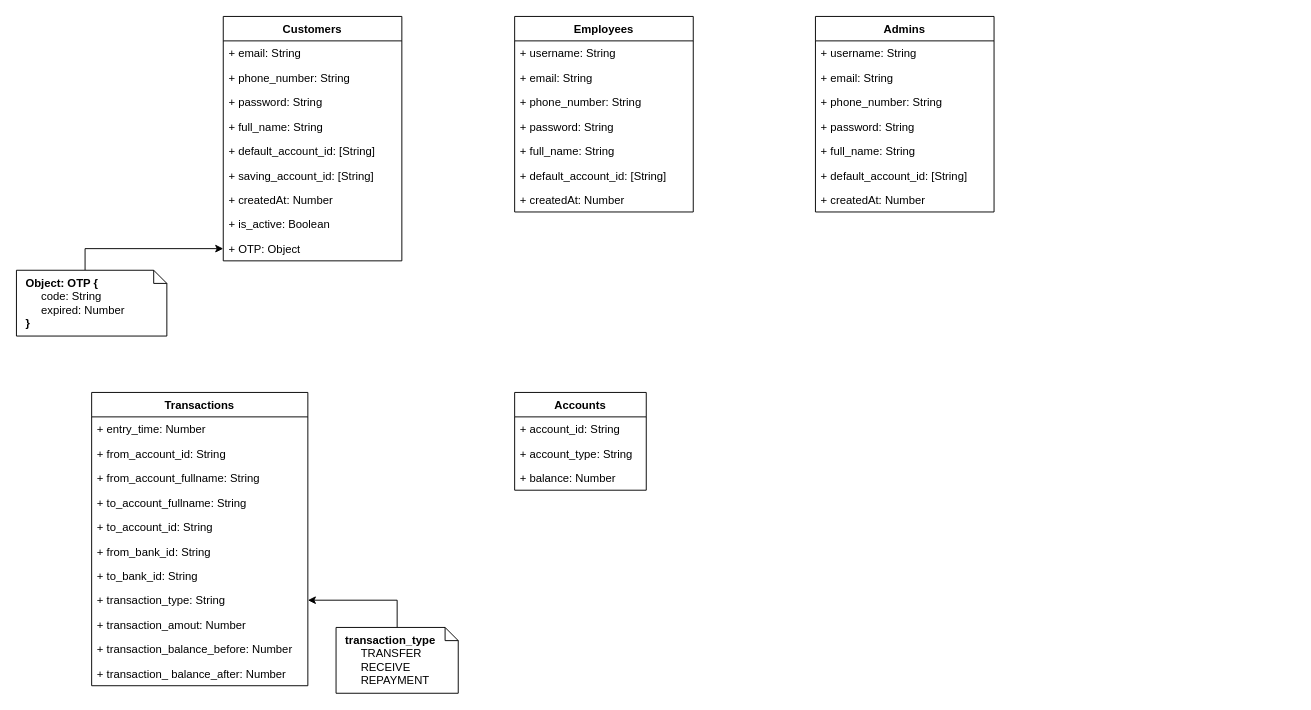
Above: 03_Design/01_Data/InternetBanking.drawio in imdotnhsang/AWAD_NNDK_08 (draw.io), before the change. Source tidied: cells renumbered, new cells numbered last; positions are measured from the earlier drawing's top-left corner, leaving out a move shared by most shapes. Both pictures are drawn from the tidied source at 94%, with x=0, y=0 at pixel (16, 16).
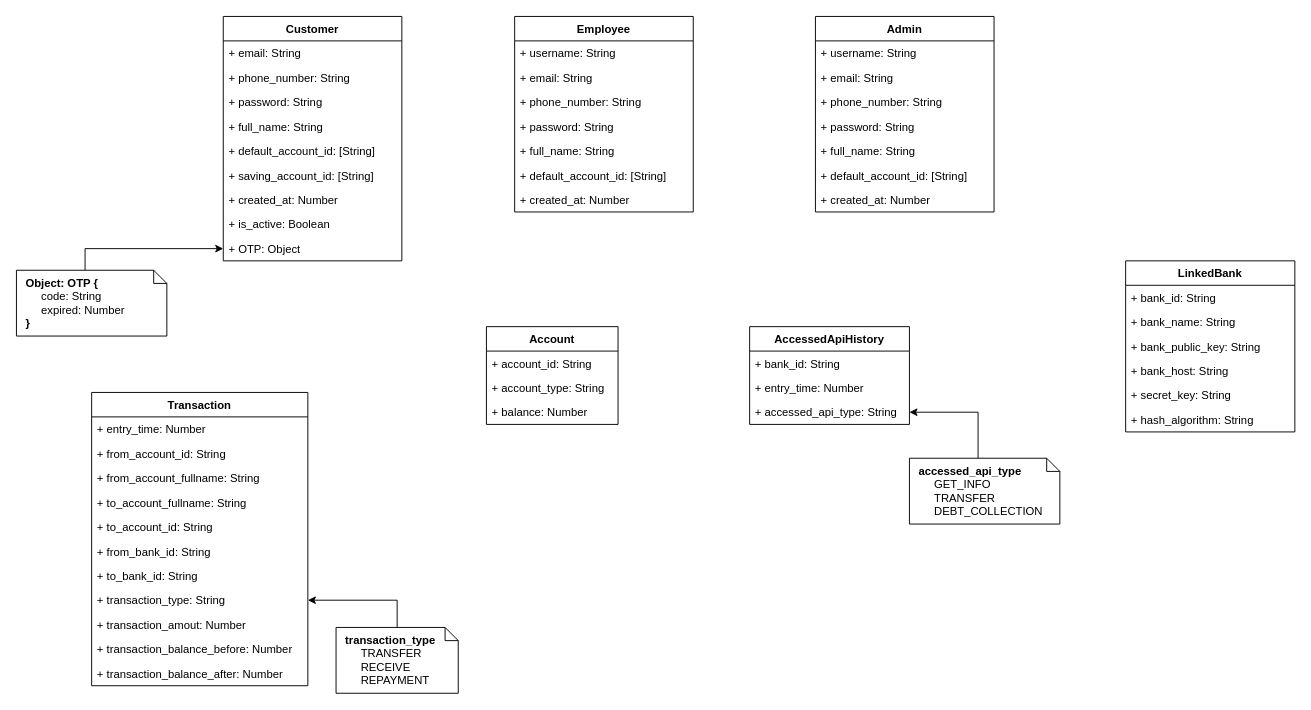
Above is the later version.

Unchanged cells that the change refers to:
```xml
<mxCell id="11" value="+ OTP: Object" style="text;strokeColor=none;fillColor=none;align=left;verticalAlign=top;spacingLeft=4;spacingRight=4;overflow=hidden;points=[[0,0.5],[1,0.5]];portConstraint=eastwest;" parent="2" vertex="1">
  <mxGeometry y="234" width="190" height="26" as="geometry" />
</mxCell>
<mxCell id="24" value="+ transaction_type: String" style="text;strokeColor=none;fillColor=none;align=left;verticalAlign=top;spacingLeft=4;spacingRight=4;overflow=hidden;points=[[0,0.5],[1,0.5]];portConstraint=eastwest;" parent="16" vertex="1">
  <mxGeometry y="208" width="230" height="26" as="geometry" />
</mxCell>
```

Change to the diagram source:
```diff
@@
+    <mxCell id="12" style="edgeStyle=orthogonalEdgeStyle;rounded=0;jettySize=auto;html=1;" parent="1" edge="1" source="13" target="24">
+      <mxGeometry relative="1" as="geometry" />
+    </mxCell>
+    <mxCell id="13" value="&lt;b&gt;transaction_type&lt;br&gt;&lt;/b&gt;&lt;span&gt;&amp;nbsp; &amp;nbsp; &amp;nbsp;TRANSFER&lt;br&gt;&lt;/span&gt;&lt;span&gt;&amp;nbsp; &amp;nbsp; &amp;nbsp;RECEIVE&lt;br&gt;&lt;/span&gt;&lt;b&gt;&amp;nbsp; &amp;nbsp; &lt;/b&gt;&amp;nbsp;REPAYMENT" style="shape=note;whiteSpace=wrap;html=1;size=14;verticalAlign=middle;align=left;spacingTop=0;spacing=10;" parent="1" vertex="1">
+      <mxGeometry x="340" y="650" width="130" height="70" as="geometry" />
+    </mxCell>
+    <mxCell id="14" style="edgeStyle=orthogonalEdgeStyle;rounded=0;jettySize=auto;html=1;exitX=0;exitY=0;exitDx=73;exitDy=0;exitPerimeter=0;" parent="1" edge="1" source="15" target="11">
+      <mxGeometry relative="1" as="geometry" />
+    </mxCell>
+    <mxCell id="15" value="&lt;b&gt;Object: OTP {&lt;/b&gt;&lt;br&gt;&amp;nbsp; &amp;nbsp; &amp;nbsp;code: String&lt;br&gt;&amp;nbsp; &amp;nbsp; &amp;nbsp;expired: Number&lt;br&gt;&lt;b&gt;}&lt;/b&gt;" style="shape=note;whiteSpace=wrap;html=1;size=14;verticalAlign=middle;align=left;spacingTop=0;spacing=10;" parent="1" vertex="1">
+      <mxGeometry y="270" width="160" height="70" as="geometry" />
+    </mxCell>
-    <mxCell id="2" value="Customers" style="swimlane;fontStyle=1;horizontal=1;startSize=26;fillColor=none;" parent="1" vertex="1">
+    <mxCell id="2" value="Customer" style="swimlane;fontStyle=1;horizontal=1;startSize=26;fillColor=none;" parent="1" vertex="1">
       <mxGeometry x="220" width="190" height="260" as="geometry" />
     </mxCell>
@@
-    <mxCell id="9" value="+ createdAt: Number" style="text;strokeColor=none;fillColor=none;align=left;verticalAlign=top;spacingLeft=4;spacingRight=4;overflow=hidden;" parent="2" vertex="1">
+    <mxCell id="9" value="+ created_at: Number" style="text;strokeColor=none;fillColor=none;align=left;verticalAlign=top;spacingLeft=4;spacingRight=4;overflow=hidden;" parent="2" vertex="1">
       <mxGeometry y="182" width="190" height="26" as="geometry" />
     </mxCell>
@@
-    <mxCell id="12" style="edgeStyle=orthogonalEdgeStyle;rounded=0;jettySize=auto;html=1;" parent="1" edge="1" source="13" target="24">
-      <mxGeometry relative="1" as="geometry" />
-    </mxCell>
-    <mxCell id="13" value="&lt;b&gt;transaction_type&lt;br&gt;&lt;/b&gt;&lt;span&gt;&amp;nbsp; &amp;nbsp; &amp;nbsp;TRANSFER&lt;br&gt;&lt;/span&gt;&lt;span&gt;&amp;nbsp; &amp;nbsp; &amp;nbsp;RECEIVE&lt;br&gt;&lt;/span&gt;&lt;b&gt;&amp;nbsp; &amp;nbsp; &lt;/b&gt;&amp;nbsp;REPAYMENT" style="shape=note;whiteSpace=wrap;html=1;size=14;verticalAlign=middle;align=left;spacingTop=0;spacing=10;" parent="1" vertex="1">
-      <mxGeometry x="340" y="650" width="130" height="70" as="geometry" />
-    </mxCell>
-    <mxCell id="14" style="edgeStyle=orthogonalEdgeStyle;rounded=0;jettySize=auto;html=1;exitX=0;exitY=0;exitDx=73;exitDy=0;exitPerimeter=0;" parent="1" edge="1" source="15" target="11">
-      <mxGeometry relative="1" as="geometry" />
-    </mxCell>
-    <mxCell id="15" value="&lt;b&gt;Object: OTP {&lt;/b&gt;&lt;br&gt;&amp;nbsp; &amp;nbsp; &amp;nbsp;code: String&lt;br&gt;&amp;nbsp; &amp;nbsp; &amp;nbsp;expired: Number&lt;br&gt;&lt;b&gt;}&lt;/b&gt;" style="shape=note;whiteSpace=wrap;html=1;size=14;verticalAlign=middle;align=left;spacingTop=0;spacing=10;" parent="1" vertex="1">
-      <mxGeometry y="270" width="160" height="70" as="geometry" />
-    </mxCell>
-    <mxCell id="16" value="Transactions" style="swimlane;fontStyle=1;horizontal=1;startSize=26;fillColor=none;" parent="1" vertex="1">
+    <mxCell id="16" value="Transaction" style="swimlane;fontStyle=1;horizontal=1;startSize=26;fillColor=none;" parent="1" vertex="1">
       <mxGeometry x="80" y="400" width="230" height="312" as="geometry" />
     </mxCell>
@@
-    <mxCell id="27" value="+ transaction_ balance_after: Number" style="text;strokeColor=none;fillColor=none;align=left;verticalAlign=top;spacingLeft=4;spacingRight=4;overflow=hidden;" parent="16" vertex="1">
+    <mxCell id="27" value="+ transaction_balance_after: Number" style="text;strokeColor=none;fillColor=none;align=left;verticalAlign=top;spacingLeft=4;spacingRight=4;overflow=hidden;" parent="16" vertex="1">
       <mxGeometry y="286" width="230" height="26" as="geometry" />
     </mxCell>
-    <mxCell id="28" value="Accounts" style="swimlane;fontStyle=1;horizontal=1;startSize=26;fillColor=none;" parent="1" vertex="1">
-      <mxGeometry x="530" y="400" width="140" height="104" as="geometry" />
-    </mxCell>
-    <mxCell id="29" value="+ account_id: String" style="text;strokeColor=none;fillColor=none;align=left;verticalAlign=top;spacingLeft=4;spacingRight=4;overflow=hidden;" parent="28" vertex="1">
-      <mxGeometry y="26" width="140" height="26" as="geometry" />
-    </mxCell>
-    <mxCell id="30" value="+ account_type: String" style="text;strokeColor=none;fillColor=none;align=left;verticalAlign=top;spacingLeft=4;spacingRight=4;overflow=hidden;" parent="28" vertex="1">
-      <mxGeometry y="52" width="140" height="26" as="geometry" />
-    </mxCell>
-    <mxCell id="31" value="+ balance: Number" style="text;strokeColor=none;fillColor=none;align=left;verticalAlign=top;spacingLeft=4;spacingRight=4;overflow=hidden;" parent="28" vertex="1">
-      <mxGeometry y="78" width="140" height="26" as="geometry" />
-    </mxCell>
-    <mxCell id="32" value="Employees" style="swimlane;fontStyle=1;horizontal=1;startSize=26;fillColor=none;" parent="1" vertex="1">
+    <mxCell id="32" value="Employee" style="swimlane;fontStyle=1;horizontal=1;startSize=26;fillColor=none;" parent="1" vertex="1">
       <mxGeometry x="530" width="190" height="208" as="geometry" />
     </mxCell>
@@
-    <mxCell id="39" value="+ createdAt: Number" style="text;strokeColor=none;fillColor=none;align=left;verticalAlign=top;spacingLeft=4;spacingRight=4;overflow=hidden;" parent="32" vertex="1">
+    <mxCell id="39" value="+ created_at: Number" style="text;strokeColor=none;fillColor=none;align=left;verticalAlign=top;spacingLeft=4;spacingRight=4;overflow=hidden;" parent="32" vertex="1">
       <mxGeometry y="182" width="190" height="26" as="geometry" />
     </mxCell>
-    <mxCell id="40" value="Admins" style="swimlane;fontStyle=1;horizontal=1;startSize=26;fillColor=none;" parent="1" vertex="1">
+    <mxCell id="40" value="Admin" style="swimlane;fontStyle=1;horizontal=1;startSize=26;fillColor=none;" parent="1" vertex="1">
       <mxGeometry x="850" width="190" height="208" as="geometry" />
     </mxCell>
@@
-    <mxCell id="47" value="+ createdAt: Number" style="text;strokeColor=none;fillColor=none;align=left;verticalAlign=top;spacingLeft=4;spacingRight=4;overflow=hidden;" parent="40" vertex="1">
+    <mxCell id="47" value="+ created_at: Number" style="text;strokeColor=none;fillColor=none;align=left;verticalAlign=top;spacingLeft=4;spacingRight=4;overflow=hidden;" parent="40" vertex="1">
       <mxGeometry y="182" width="190" height="26" as="geometry" />
     </mxCell>
+    <mxCell id="48" value="AccessedApiHistory" style="swimlane;fontStyle=1;horizontal=1;startSize=26;fillColor=none;" parent="1" vertex="1">
+      <mxGeometry x="780" y="330" width="170" height="104" as="geometry" />
+    </mxCell>
+    <mxCell id="49" value="+ bank_id: String" style="text;strokeColor=none;fillColor=none;align=left;verticalAlign=top;spacingLeft=4;spacingRight=4;overflow=hidden;" parent="48" vertex="1">
+      <mxGeometry y="26" width="170" height="26" as="geometry" />
+    </mxCell>
+    <mxCell id="50" value="+ entry_time: Number" style="text;strokeColor=none;fillColor=none;align=left;verticalAlign=top;spacingLeft=4;spacingRight=4;overflow=hidden;" parent="48" vertex="1">
+      <mxGeometry y="52" width="170" height="26" as="geometry" />
+    </mxCell>
+    <mxCell id="51" value="+ accessed_api_type: String" style="text;strokeColor=none;fillColor=none;align=left;verticalAlign=top;spacingLeft=4;spacingRight=4;overflow=hidden;points=[[0,0.5],[1,0.5]];portConstraint=eastwest;" parent="48" vertex="1">
+      <mxGeometry y="78" width="170" height="26" as="geometry" />
+    </mxCell>
+    <mxCell id="52" style="edgeStyle=orthogonalEdgeStyle;rounded=0;jettySize=auto;html=1;exitX=0;exitY=0;exitDx=73;exitDy=0;exitPerimeter=0;entryX=1;entryY=0.5;entryDx=0;entryDy=0;" parent="1" edge="1" source="53" target="51">
+      <mxGeometry relative="1" as="geometry" />
+    </mxCell>
+    <mxCell id="53" value="&lt;b&gt;accessed_api_type&lt;br&gt;&lt;/b&gt;&lt;span&gt;&amp;nbsp; &amp;nbsp; &amp;nbsp;GET_INFO&lt;br&gt;&lt;/span&gt;&lt;span&gt;&amp;nbsp; &amp;nbsp; &amp;nbsp;TRANSFER&lt;br&gt;&lt;/span&gt;&lt;b&gt;&amp;nbsp; &amp;nbsp; &lt;/b&gt;&amp;nbsp;DEBT_COLLECTION" style="shape=note;whiteSpace=wrap;html=1;size=14;verticalAlign=middle;align=left;spacingTop=0;spacing=10;" parent="1" vertex="1">
+      <mxGeometry x="950" y="470" width="160" height="70" as="geometry" />
+    </mxCell>
+    <mxCell id="54" value="LinkedBank" style="swimlane;fontStyle=1;horizontal=1;startSize=26;fillColor=none;" parent="1" vertex="1">
+      <mxGeometry x="1180" y="260" width="180" height="182" as="geometry" />
+    </mxCell>
+    <mxCell id="55" value="+ bank_id: String" style="text;strokeColor=none;fillColor=none;align=left;verticalAlign=top;spacingLeft=4;spacingRight=4;overflow=hidden;" parent="54" vertex="1">
+      <mxGeometry y="26" width="180" height="26" as="geometry" />
+    </mxCell>
+    <mxCell id="56" value="+ bank_name: String" style="text;strokeColor=none;fillColor=none;align=left;verticalAlign=top;spacingLeft=4;spacingRight=4;overflow=hidden;" parent="54" vertex="1">
+      <mxGeometry y="52" width="180" height="26" as="geometry" />
+    </mxCell>
+    <mxCell id="57" value="+ bank_public_key: String" style="text;strokeColor=none;fillColor=none;align=left;verticalAlign=top;spacingLeft=4;spacingRight=4;overflow=hidden;" parent="54" vertex="1">
+      <mxGeometry y="78" width="180" height="26" as="geometry" />
+    </mxCell>
+    <mxCell id="58" value="+ bank_host: String" style="text;strokeColor=none;fillColor=none;align=left;verticalAlign=top;spacingLeft=4;spacingRight=4;overflow=hidden;" parent="54" vertex="1">
+      <mxGeometry y="104" width="180" height="26" as="geometry" />
+    </mxCell>
+    <mxCell id="59" value="+ secret_key: String" style="text;strokeColor=none;fillColor=none;align=left;verticalAlign=top;spacingLeft=4;spacingRight=4;overflow=hidden;" parent="54" vertex="1">
+      <mxGeometry y="130" width="180" height="26" as="geometry" />
+    </mxCell>
+    <mxCell id="60" value="+ hash_algorithm: String" style="text;strokeColor=none;fillColor=none;align=left;verticalAlign=top;spacingLeft=4;spacingRight=4;overflow=hidden;" parent="54" vertex="1">
+      <mxGeometry y="156" width="180" height="26" as="geometry" />
+    </mxCell>
+    <mxCell id="28" value="Account" style="swimlane;fontStyle=1;horizontal=1;startSize=26;fillColor=none;" parent="1" vertex="1">
+      <mxGeometry x="500" y="330" width="140" height="104" as="geometry" />
+    </mxCell>
+    <mxCell id="29" value="+ account_id: String" style="text;strokeColor=none;fillColor=none;align=left;verticalAlign=top;spacingLeft=4;spacingRight=4;overflow=hidden;" parent="28" vertex="1">
+      <mxGeometry y="26" width="140" height="26" as="geometry" />
+    </mxCell>
+    <mxCell id="30" value="+ account_type: String" style="text;strokeColor=none;fillColor=none;align=left;verticalAlign=top;spacingLeft=4;spacingRight=4;overflow=hidden;" parent="28" vertex="1">
+      <mxGeometry y="52" width="140" height="26" as="geometry" />
+    </mxCell>
+    <mxCell id="31" value="+ balance: Number" style="text;strokeColor=none;fillColor=none;align=left;verticalAlign=top;spacingLeft=4;spacingRight=4;overflow=hidden;" parent="28" vertex="1">
+      <mxGeometry y="78" width="140" height="26" as="geometry" />
+    </mxCell>
```
